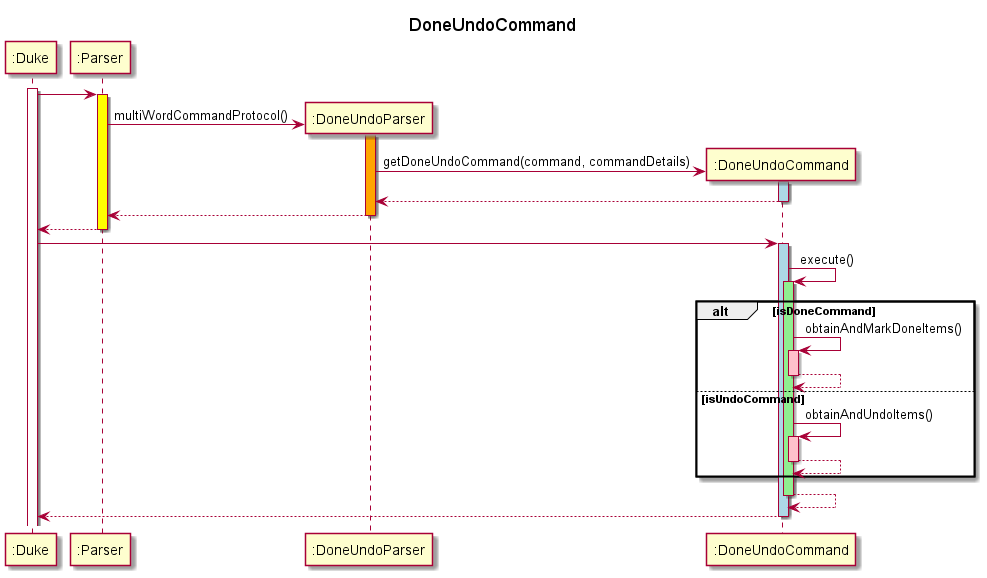
Earlier version of the PlantUML export docs/images/DoneUndoDiagram.png (nus-cs2113-AY2122S1/tp).
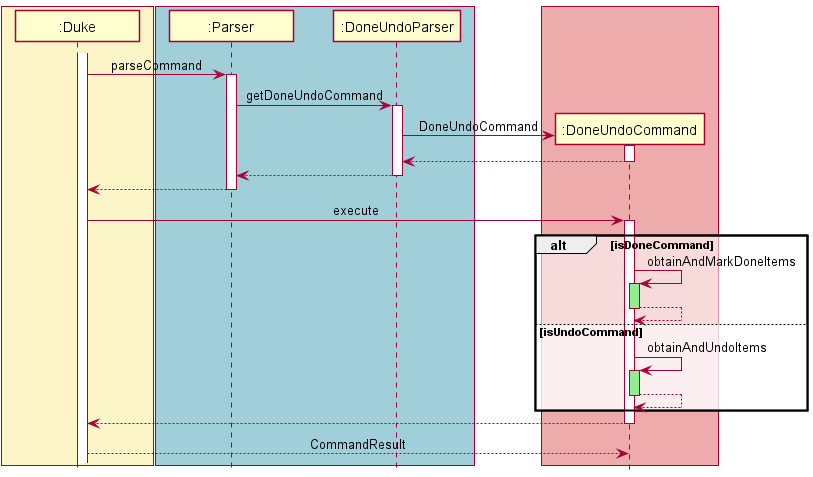
The same diagram one commit later.

Commit message:
Add/DoneUndo Diagrams updated

Diff of the diagram source:
```diff
@@ -1,39 +1,46 @@
 @startuml
+!include style.puml
 
-title DoneUndoCommand
-
-participant ":Duke" as Duke
+box DUKE_COLOR
+Participant ":Duke" as Duke
+end box
+activate Duke
+box BLUE_COLOR
+Participant ":Parser" as Parser
+Participant ":DoneUndoParser" as DoneUndoParser
 activate Duke
 
-participant ":Parser" as Parser
 
-Duke -> Parser
-activate Parser #yellow
-create ":DoneUndoParser" as DoneUndoParser
-Parser -> DoneUndoParser: multiWordCommandProtocol()
-activate DoneUndoParser #orange
+Duke -> Parser: parseCommand
+activate Parser
+
+end box
+Parser -> DoneUndoParser: getDoneUndoCommand
+activate DoneUndoParser
+
+box LOGIC_COLOR
 create ":DoneUndoCommand" as DoneUndoCommand
-DoneUndoParser -> DoneUndoCommand: getDoneUndoCommand(command, commandDetails)
-activate DoneUndoCommand #lightblue
+end box
+DoneUndoParser -> DoneUndoCommand: DoneUndoCommand
+activate DoneUndoCommand
 return
 return
 return
-Duke -> DoneUndoCommand
-activate DoneUndoCommand #lightblue
-DoneUndoCommand -> DoneUndoCommand: execute()
-activate DoneUndoCommand #lightgreen
+Duke -> DoneUndoCommand : execute
+activate DoneUndoCommand
+
 
 alt isDoneCommand
-DoneUndoCommand -> DoneUndoCommand: obtainAndMarkDoneItems()
-activate DoneUndoCommand #pink
+DoneUndoCommand -> DoneUndoCommand: obtainAndMarkDoneItems
+activate DoneUndoCommand #lightgreen
 return
 else isUndoCommand
-DoneUndoCommand -> DoneUndoCommand: obtainAndUndoItems()
-activate DoneUndoCommand #pink
+DoneUndoCommand -> DoneUndoCommand: obtainAndUndoItems
+activate DoneUndoCommand #lightgreen
 return
 end
 
 return
-return
+return CommandResult
 
 @enduml
```
